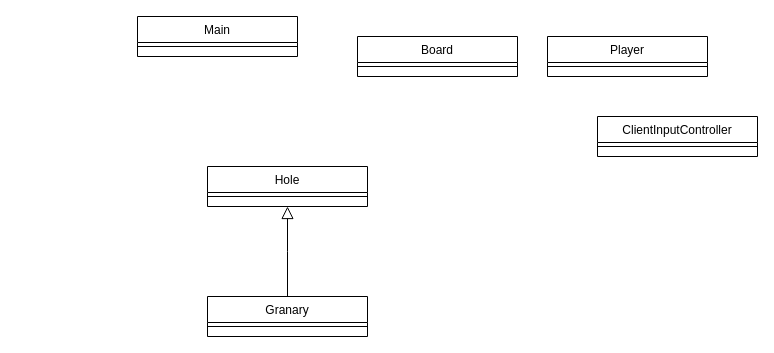
This is UML/diagrammeDeClasse.drawio from FloRichard/MancalaServer, a draw.io file, before an edit. Source tidied: cells renumbered, new cells numbered last; positions are measured from the earlier drawing's top-left corner, leaving out a move shared by most shapes. Both pictures are drawn from the tidied source at 100%, with x=0, y=0 at pixel (137, 16).
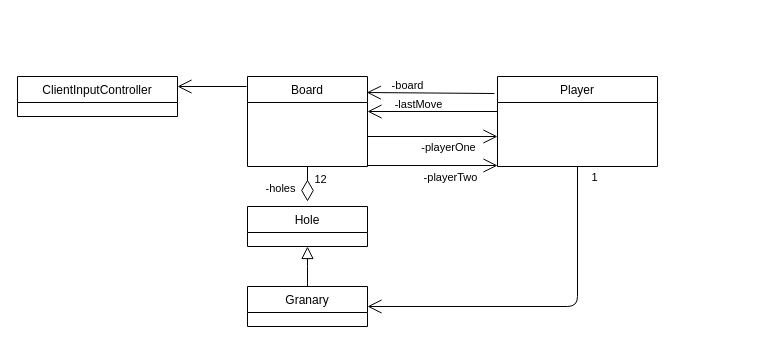
After the change.

What changed in the source:
```diff
@@
     <mxCell id="2" value="Board" style="swimlane;fontStyle=0;align=center;verticalAlign=top;horizontal=1;startSize=26;rounded=0;shadow=0;strokeWidth=1;" parent="1" vertex="1">
-      <mxGeometry x="220" y="20" width="160" height="40" as="geometry" />
+      <mxGeometry x="110" y="60" width="120" height="90" as="geometry" />
     </mxCell>
-    <mxCell id="3" style="line;html=1;strokeWidth=1;align=left;verticalAlign=middle;spacingTop=-1;spacingLeft=3;spacingRight=3;labelPosition=right;" parent="2" vertex="1">
-      <mxGeometry y="26" width="160" height="8" as="geometry" />
-    </mxCell>
     <mxCell id="4" value="Player" style="swimlane;fontStyle=0;align=center;verticalAlign=top;horizontal=1;startSize=26;rounded=0;shadow=0;strokeWidth=1;" parent="1" vertex="1">
-      <mxGeometry x="410" y="20" width="160" height="40" as="geometry" />
+      <mxGeometry x="360" y="60" width="160" height="90" as="geometry" />
     </mxCell>
-    <mxCell id="5" style="line;html=1;strokeWidth=1;align=left;verticalAlign=middle;spacingTop=-1;spacingLeft=3;spacingRight=3;labelPosition=right;" parent="4" vertex="1">
-      <mxGeometry y="26" width="160" height="8" as="geometry" />
-    </mxCell>
     <mxCell id="6" value="Hole" style="swimlane;fontStyle=0;align=center;verticalAlign=top;horizontal=1;startSize=26;rounded=0;shadow=0;strokeWidth=1;" parent="1" vertex="1">
-      <mxGeometry x="70" y="150" width="160" height="40" as="geometry" />
+      <mxGeometry x="110" y="190" width="120" height="40" as="geometry" />
     </mxCell>
-    <mxCell id="7" style="line;html=1;strokeWidth=1;align=left;verticalAlign=middle;spacingTop=-1;spacingLeft=3;spacingRight=3;labelPosition=right;" parent="6" vertex="1">
-      <mxGeometry y="26" width="160" height="8" as="geometry" />
-    </mxCell>
     <mxCell id="8" value="Granary" style="swimlane;fontStyle=0;align=center;verticalAlign=top;horizontal=1;startSize=26;rounded=0;shadow=0;strokeWidth=1;" parent="1" vertex="1">
-      <mxGeometry x="70" y="280" width="160" height="40" as="geometry" />
+      <mxGeometry x="110" y="270" width="120" height="40" as="geometry" />
     </mxCell>
-    <mxCell id="9" style="line;html=1;strokeWidth=1;align=left;verticalAlign=middle;spacingTop=-1;spacingLeft=3;spacingRight=3;labelPosition=right;" parent="8" vertex="1">
-      <mxGeometry y="26" width="160" height="8" as="geometry" />
-    </mxCell>
@@
     <mxCell id="11" value="ClientInputController" style="swimlane;fontStyle=0;align=center;verticalAlign=top;horizontal=1;startSize=26;rounded=0;shadow=0;strokeWidth=1;" parent="1" vertex="1">
-      <mxGeometry x="460" y="100" width="160" height="40" as="geometry" />
+      <mxGeometry x="-120" y="60" width="160" height="40" as="geometry" />
     </mxCell>
-    <mxCell id="12" style="line;html=1;strokeWidth=1;align=left;verticalAlign=middle;spacingTop=-1;spacingLeft=3;spacingRight=3;labelPosition=right;" parent="11" vertex="1">
-      <mxGeometry y="26" width="160" height="8" as="geometry" />
-    </mxCell>
-    <mxCell id="13" value="Main" style="swimlane;fontStyle=0;align=center;verticalAlign=top;horizontal=1;startSize=26;rounded=0;shadow=0;strokeWidth=1;" parent="1" vertex="1">
-      <mxGeometry width="160" height="40" as="geometry" />
-    </mxCell>
-    <mxCell id="14" style="line;html=1;strokeWidth=1;align=left;verticalAlign=middle;spacingTop=-1;spacingLeft=3;spacingRight=3;labelPosition=right;" parent="13" vertex="1">
-      <mxGeometry y="26" width="160" height="8" as="geometry" />
-    </mxCell>
+    <mxCell id="15" style="endArrow=open;endFill=1;endSize=12;html=1;" parent="1" edge="1">
+      <mxGeometry relative="1" as="geometry">
+        <mxPoint x="230" y="120" as="sourcePoint" />
+        <mxPoint x="360" y="120" as="targetPoint" />
+      </mxGeometry>
+    </mxCell>
+    <mxCell id="16" value="-playerOne" style="edgeLabel;html=1;align=center;verticalAlign=middle;" parent="15" vertex="1">
+      <mxGeometry x="-0.43" y="-1" relative="1" as="geometry">
+        <mxPoint x="43" y="9" as="offset" />
+      </mxGeometry>
+    </mxCell>
+    <mxCell id="17" style="endArrow=open;endFill=1;endSize=12;html=1;entryX=0.994;entryY=0.178;entryDx=0;entryDy=0;entryPerimeter=0;exitX=-0.019;exitY=0.189;exitDx=0;exitDy=0;exitPerimeter=0;" parent="1" edge="1" source="4" target="2">
+      <mxGeometry relative="1" as="geometry" />
+    </mxCell>
+    <mxCell id="18" value="-board" style="edgeLabel;html=1;align=center;verticalAlign=middle;" parent="17" vertex="1">
+      <mxGeometry x="0.71" y="-2" relative="1" as="geometry">
+        <mxPoint x="22" y="-6" as="offset" />
+      </mxGeometry>
+    </mxCell>
+    <mxCell id="19" style="endArrow=open;endFill=1;endSize=12;html=1;" parent="1" edge="1">
+      <mxGeometry relative="1" as="geometry">
+        <mxPoint x="230" y="149" as="sourcePoint" />
+        <mxPoint x="360" y="149" as="targetPoint" />
+      </mxGeometry>
+    </mxCell>
+    <mxCell id="20" value="-playerTwo" style="edgeLabel;html=1;align=center;verticalAlign=middle;" parent="19" vertex="1">
+      <mxGeometry x="0.65" y="-1" relative="1" as="geometry">
+        <mxPoint x="-25" y="10" as="offset" />
+      </mxGeometry>
+    </mxCell>
+    <mxCell id="21" style="endArrow=open;endFill=1;endSize=12;html=1;entryX=0.994;entryY=0.178;entryDx=0;entryDy=0;entryPerimeter=0;" parent="1" edge="1">
+      <mxGeometry relative="1" as="geometry">
+        <mxPoint x="360" y="95" as="sourcePoint" />
+        <mxPoint x="230" y="95" as="targetPoint" />
+      </mxGeometry>
+    </mxCell>
+    <mxCell id="22" value="-lastMove" style="edgeLabel;html=1;align=center;verticalAlign=middle;" parent="21" vertex="1">
+      <mxGeometry x="0.65" y="-3" relative="1" as="geometry">
+        <mxPoint x="27" y="-5" as="offset" />
+      </mxGeometry>
+    </mxCell>
+    <mxCell id="23" style="endArrow=none;html=1;entryX=0.5;entryY=1;entryDx=0;entryDy=0;exitX=0.05;exitY=0.5;exitDx=0;exitDy=0;exitPerimeter=0;" parent="1" edge="1" source="24" target="2">
+      <mxGeometry relative="1" as="geometry" />
+    </mxCell>
+    <mxCell id="24" style="html=1;whiteSpace=wrap;shape=isoRectangle;rotation=90;" parent="1" vertex="1">
+      <mxGeometry x="160" y="168" width="20" height="12" as="geometry" />
+    </mxCell>
+    <mxCell id="25" style="endArrow=open;endFill=1;endSize=12;html=1;exitX=0.5;exitY=1;exitDx=0;exitDy=0;entryX=1;entryY=0.5;entryDx=0;entryDy=0;" parent="1" edge="1" source="4" target="8">
+      <mxGeometry relative="1" as="geometry">
+        <Array as="points">
+          <mxPoint x="440" y="290" />
+        </Array>
+      </mxGeometry>
+    </mxCell>
+    <mxCell id="26" style="endArrow=open;endFill=1;endSize=12;html=1;entryX=1;entryY=0.25;entryDx=0;entryDy=0;" parent="1" edge="1" target="11">
+      <mxGeometry relative="1" as="geometry">
+        <mxPoint x="109" y="70" as="sourcePoint" />
+      </mxGeometry>
+    </mxCell>
+    <mxCell id="27" value="-holes" style="edgeLabel;html=1;align=center;verticalAlign=middle;" parent="1" vertex="1">
+      <mxGeometry x="150" y="160" as="geometry">
+        <mxPoint x="-8" y="11" as="offset" />
+      </mxGeometry>
+    </mxCell>
+    <mxCell id="28" value="12" style="edgeLabel;html=1;align=center;verticalAlign=middle;" parent="1" vertex="1">
+      <mxGeometry x="170" y="160" as="geometry">
+        <mxPoint x="12" y="2" as="offset" />
+      </mxGeometry>
+    </mxCell>
+    <mxCell id="29" value="1" style="edgeLabel;html=1;align=center;verticalAlign=middle;" parent="1" vertex="1">
+      <mxGeometry x="480" y="168" as="geometry">
+        <mxPoint x="-24" y="-8" as="offset" />
+      </mxGeometry>
+    </mxCell>
```
